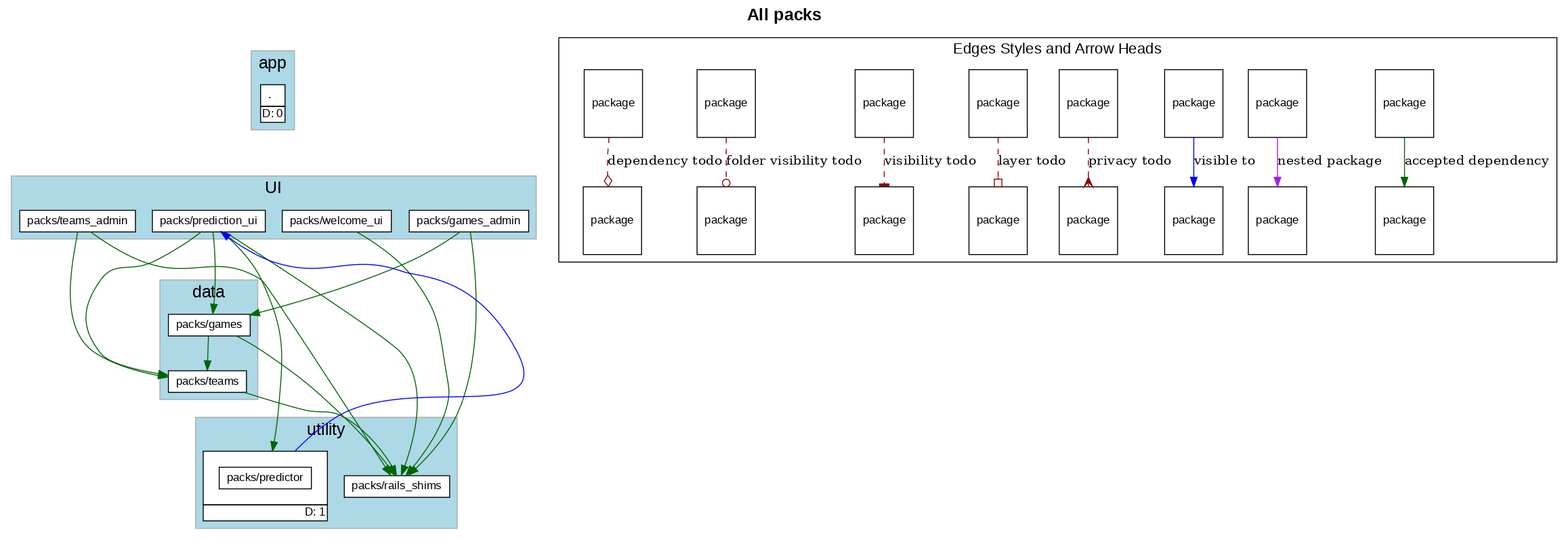
The Graphviz diagram diagrams/all_packs_with_todo.png in shageman/package-based-rails-applications, before a commit. Its source is kept beside it as diagrams/all_packs_with_todo.dot.
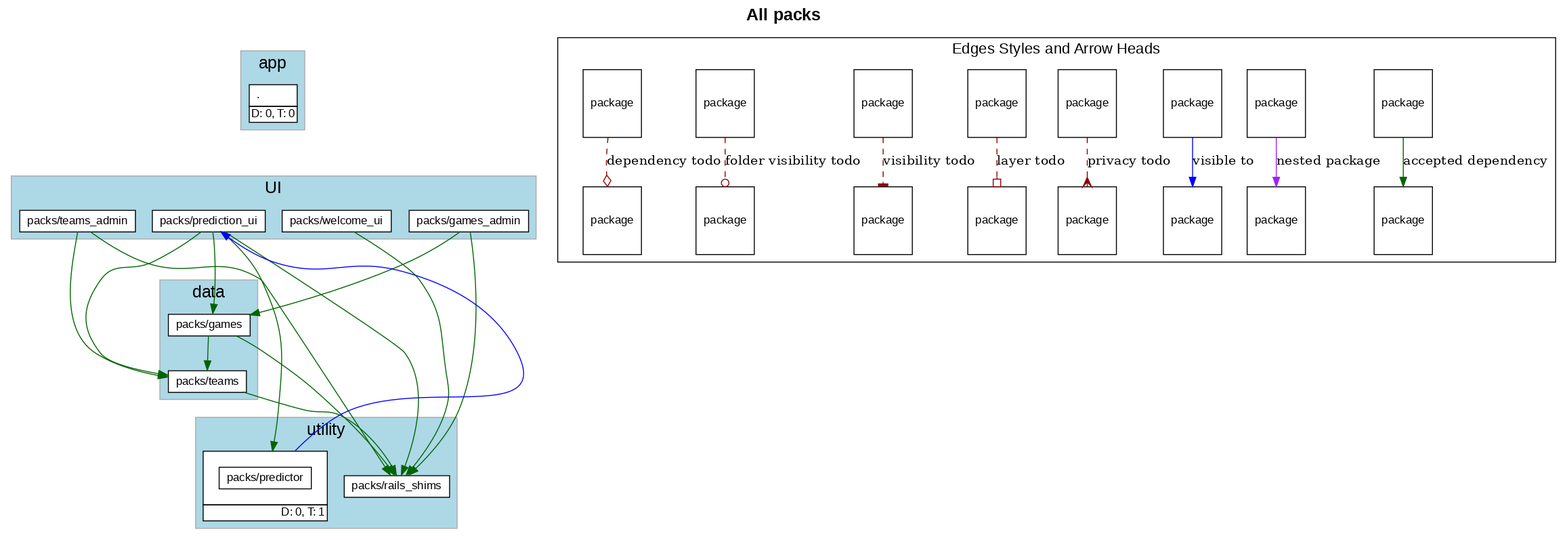
Later version of the same file.

The edit, as a diff of the source:
```diff
@@ -30,7 +30,7 @@
             label= <
                 <table border='0' cellborder='1' cellspacing='0' cellpadding='4'>
                   <tr> <td align='left'> . </td> </tr>
-                  <tr><td CELLPADDING='1' ALIGN='RIGHT'>D: 0</td></tr>
+                  <tr><td CELLPADDING='1' ALIGN='RIGHT'>D: 0, T: 0</td></tr>
                 </table>
               >
           ]
@@ -133,7 +133,7 @@
                     <tr> <td port='private'> packs/predictor </td> </tr>
                   </table>
                   </td></tr>
-                  <tr><td CELLPADDING='1' ALIGN='RIGHT'>D: 1</td></tr>
+                  <tr><td CELLPADDING='1' ALIGN='RIGHT'>D: 0, T: 1</td></tr>
                   </table>
               >
           ]
```
